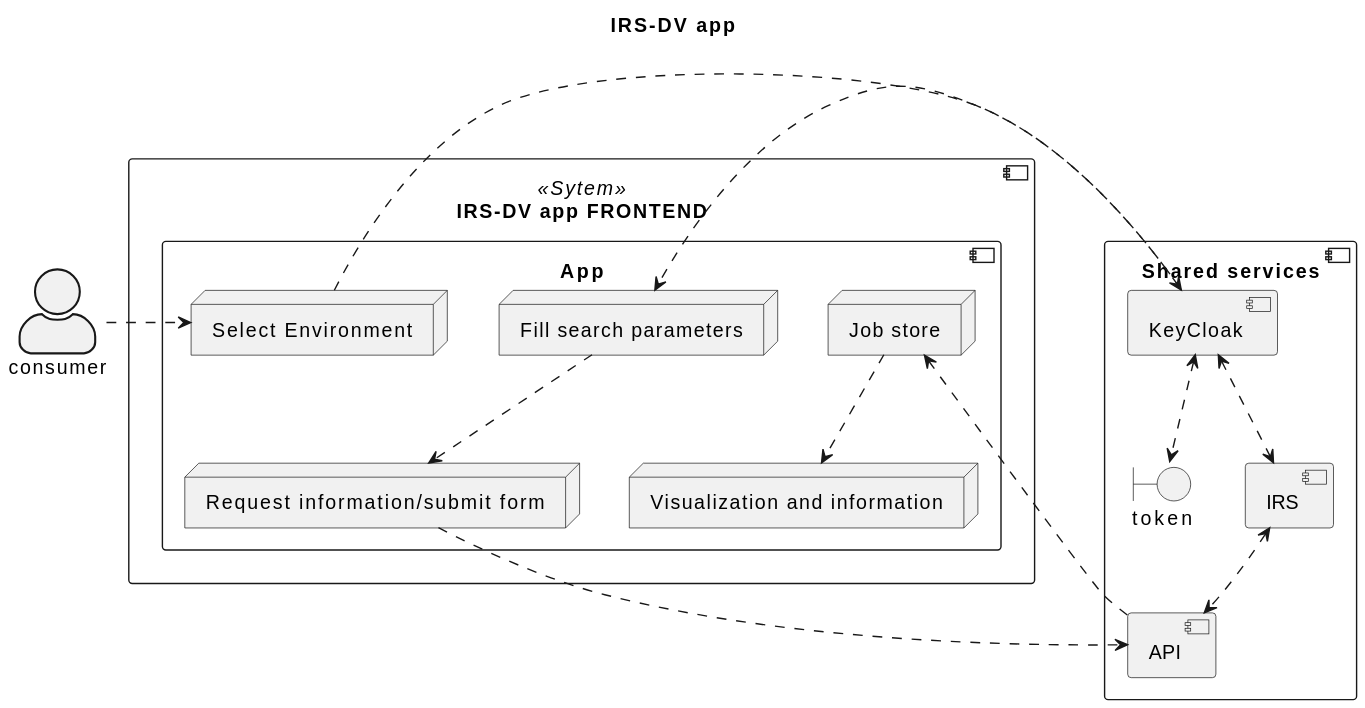
zlalvani/product-item-relationship-service-frontend keeps this PlantUML diagram as docs/images/puml-svg/whitebox overview.svg. Above is the earlier version.
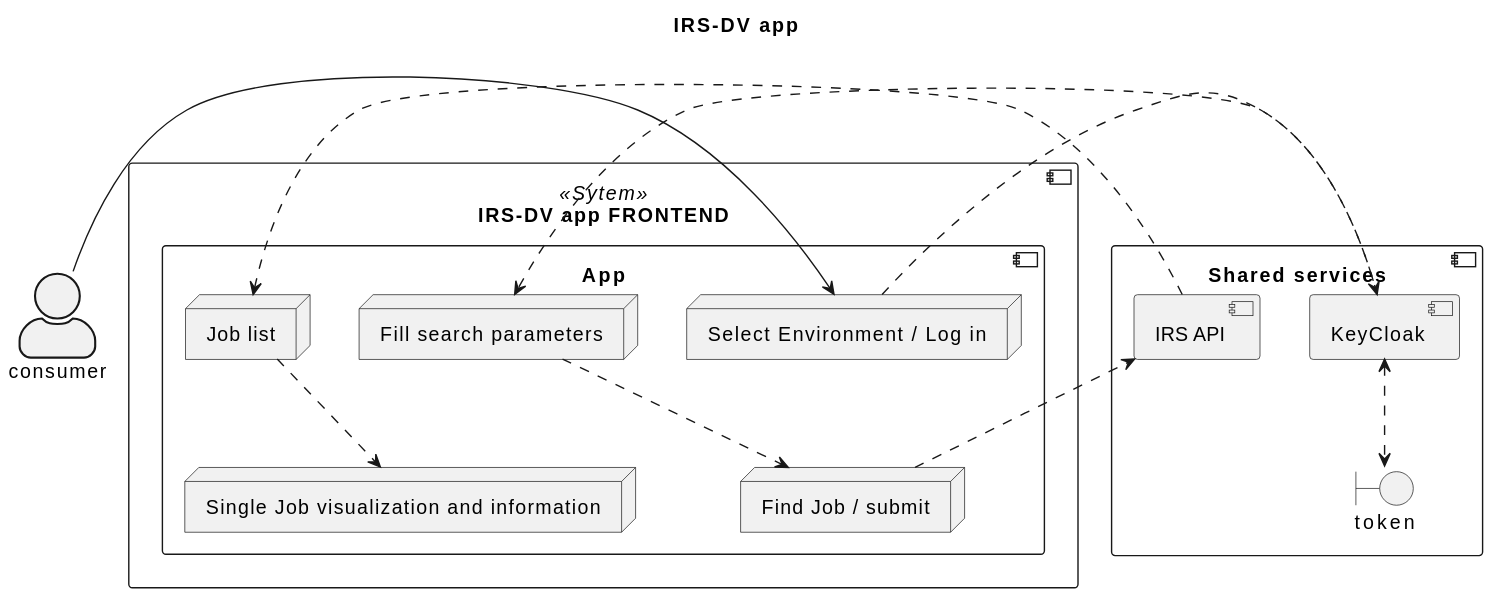
Later version of the same file.

The edit, as a diff of the source:
```diff
@@ -3,41 +3,31 @@
 skinparam actorStyle awesome
 actor consumer as user
 
+component "Shared services" {
+component "KeyCloak" as keycloak
+boundary "token" as token
+component "IRS API" as api
+}
 
 component "IRS-DV app FRONTEND" as irsdv <<Sytem>> {
 
 component App as mainPage {
-
 node "Fill search parameters" as parameters
-node "Select Environment" as env
-node "Request information/submit form" as button
-node "Visualization and information" as visual
-node "Job store" as store
-
+node "Select Environment / Log in" as env
+node "Find Job / submit" as button
+node "Single Job visualization and information" as visual
+node "Job list" as list
 }
 }
 
 
-component "Shared services" {
-component "KeyCloak" as keycloak
-boundary "token" as token
-component "IRS" as irs
-component "API" as api
-}
-
-
-
-user .> env
+user -> env
 env .> keycloak
 keycloak <..> token
-keycloak <..> irs
 keycloak .> parameters
-
-irs <..> api
 
 parameters ..> button
 button ..> api
-api .> store
-
-store ..> visual
+api ..> list
+list ..> visual
 @enduml
```
